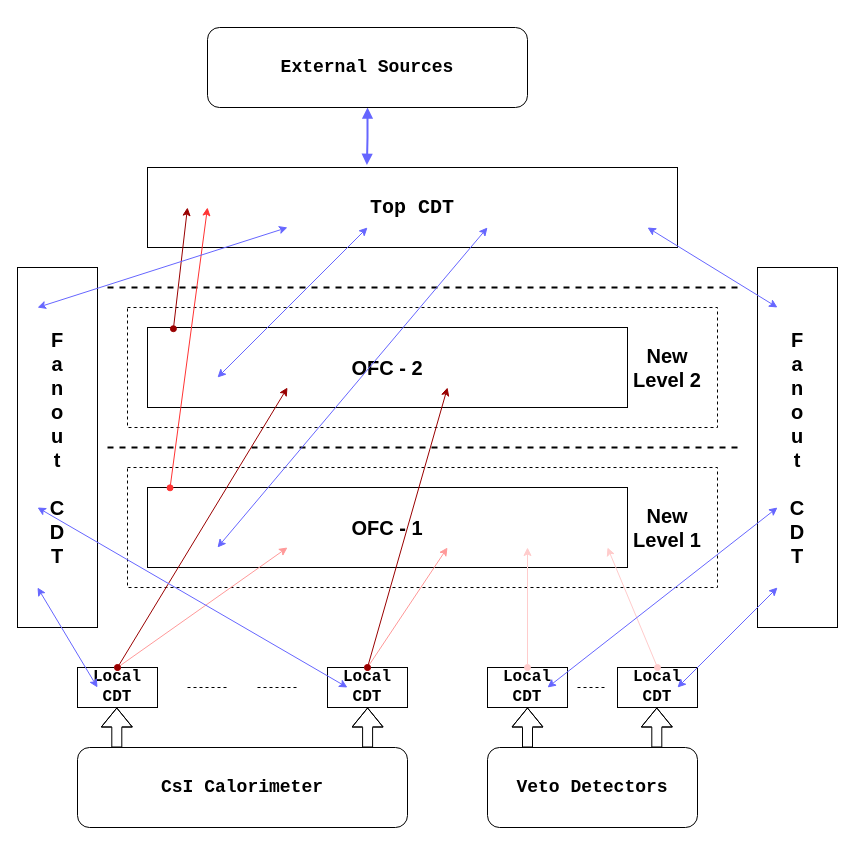
Earlier version of the draw.io diagram DAQ_Trigger_System_View_Diagram.drawio (bai-ytluo/Chicago_Electronics). Source tidied: cells renumbered, new cells numbered last; positions are measured from the earlier drawing's top-left corner, leaving out a move shared by most shapes. Both pictures are drawn from the tidied source at 100%, with x=0, y=0 at pixel (17, 27).
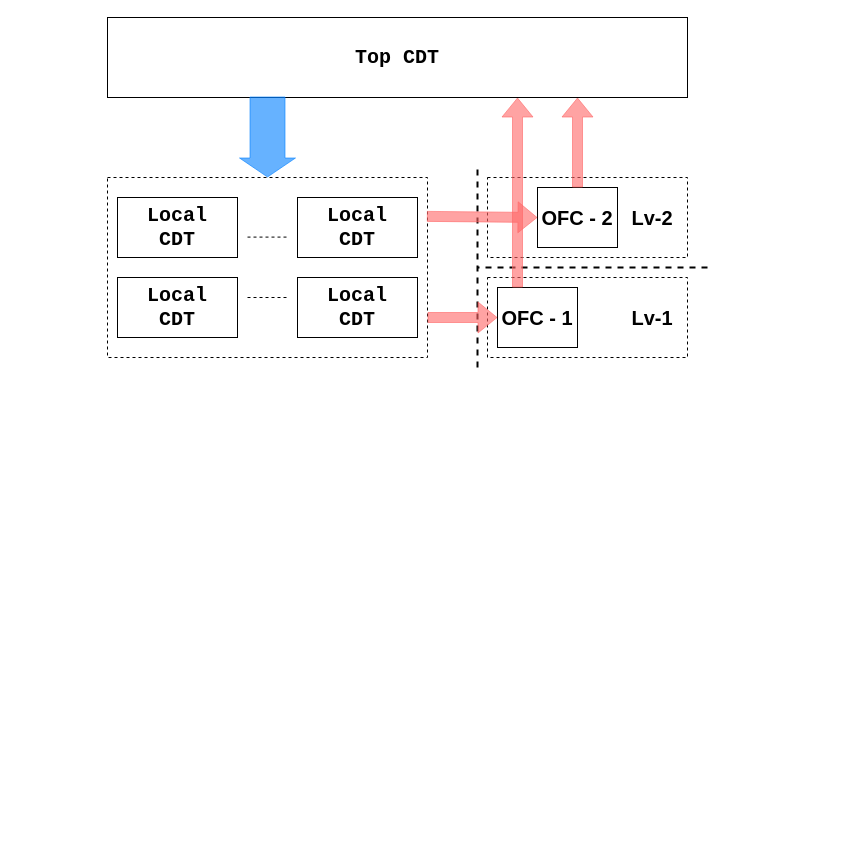
The same diagram, later.

Diff of the diagram source:
```diff
@@
     <mxCell id="2" style="rounded=0;whiteSpace=wrap;html=1;fillColor=none;dashed=1;fontStyle=1;" parent="1" vertex="1">
-      <mxGeometry x="110" y="440" width="590" height="120" as="geometry" />
+      <mxGeometry x="470" y="250" width="200" height="80" as="geometry" />
     </mxCell>
     <mxCell id="3" style="rounded=0;whiteSpace=wrap;html=1;fillColor=none;dashed=1;fontStyle=1;" parent="1" vertex="1">
-      <mxGeometry x="110" y="280" width="590" height="120" as="geometry" />
+      <mxGeometry x="470" y="150" width="200" height="80" as="geometry" />
     </mxCell>
     <mxCell id="4" value="&lt;p style=&quot;font-size: 20px&quot;&gt;OFC - 1&lt;/p&gt;" style="rounded=0;whiteSpace=wrap;html=1;fontStyle=1;" parent="1" vertex="1">
-      <mxGeometry x="130" y="460" width="480" height="80" as="geometry" />
+      <mxGeometry x="480" y="260" width="80" height="60" as="geometry" />
     </mxCell>
     <mxCell id="5" value="&lt;pre style=&quot;font-size: 20px&quot;&gt;Top CDT&lt;/pre&gt;" style="rounded=0;whiteSpace=wrap;html=1;fontStyle=1;" parent="1" vertex="1">
-      <mxGeometry x="130" y="140" width="530" height="80" as="geometry" />
+      <mxGeometry x="90" y="-10" width="580" height="80" as="geometry" />
     </mxCell>
@@
-    <mxCell id="7" value="&lt;pre style=&quot;font-size: 16px&quot;&gt;Local&lt;br&gt;CDT&lt;/pre&gt;" style="rounded=0;whiteSpace=wrap;html=1;fontStyle=1;" parent="1" vertex="1">
-      <mxGeometry x="60" y="640" width="80" height="40" as="geometry" />
+    <mxCell id="7" value="&lt;pre style=&quot;font-size: 20px;&quot;&gt;Local&lt;br style=&quot;font-size: 20px;&quot;&gt;CDT&lt;/pre&gt;" style="rounded=0;whiteSpace=wrap;html=1;fontStyle=1;fontSize=20;" parent="1" vertex="1">
+      <mxGeometry x="100" y="170" width="120" height="60" as="geometry" />
     </mxCell>
-    <mxCell id="8" value="&lt;pre style=&quot;font-size: 16px&quot;&gt;Local&lt;br&gt;CDT&lt;/pre&gt;" style="rounded=0;whiteSpace=wrap;html=1;fontStyle=1;" parent="1" vertex="1">
-      <mxGeometry x="310" y="640" width="80" height="40" as="geometry" />
+    <mxCell id="8" value="&lt;pre style=&quot;font-size: 20px;&quot;&gt;Local&lt;br style=&quot;font-size: 20px;&quot;&gt;CDT&lt;/pre&gt;" style="rounded=0;whiteSpace=wrap;html=1;fontStyle=1;fontSize=20;" parent="1" vertex="1">
+      <mxGeometry x="280" y="170" width="120" height="60" as="geometry" />
     </mxCell>
-    <mxCell id="9" value="&lt;pre style=&quot;font-size: 16px&quot;&gt;Local&lt;br&gt;CDT&lt;/pre&gt;" style="rounded=0;whiteSpace=wrap;html=1;fontStyle=1;" parent="1" vertex="1">
-      <mxGeometry x="470" y="640" width="80" height="40" as="geometry" />
+    <mxCell id="9" value="&lt;pre style=&quot;font-size: 20px;&quot;&gt;Local&lt;br style=&quot;font-size: 20px;&quot;&gt;CDT&lt;/pre&gt;" style="rounded=0;whiteSpace=wrap;html=1;fontStyle=1;fontSize=20;" parent="1" vertex="1">
+      <mxGeometry x="100" y="250" width="120" height="60" as="geometry" />
     </mxCell>
-    <mxCell id="10" value="&lt;pre style=&quot;font-size: 16px&quot;&gt;Local&lt;br&gt;CDT&lt;/pre&gt;" style="rounded=0;whiteSpace=wrap;html=1;fontStyle=1;" parent="1" vertex="1">
-      <mxGeometry x="600" y="640" width="80" height="40" as="geometry" />
+    <mxCell id="10" value="&lt;pre style=&quot;font-size: 20px;&quot;&gt;Local&lt;br style=&quot;font-size: 20px;&quot;&gt;CDT&lt;/pre&gt;" style="rounded=0;whiteSpace=wrap;html=1;fontStyle=1;fontSize=20;" parent="1" vertex="1">
+      <mxGeometry x="280" y="250" width="120" height="60" as="geometry" />
     </mxCell>
-    <mxCell id="11" style="endArrow=none;dashed=1;html=1;fontStyle=1;" parent="1" edge="1">
+    <mxCell id="11" style="endArrow=none;dashed=1;html=1;fontStyle=1;fontSize=20;" parent="1" edge="1">
       <mxGeometry relative="1" as="geometry">
-        <mxPoint x="560" y="660" as="sourcePoint" />
-        <mxPoint x="590" y="660" as="targetPoint" />
+        <mxPoint x="230" y="270" as="sourcePoint" />
+        <mxPoint x="270" y="270" as="targetPoint" />
       </mxGeometry>
     </mxCell>
-    <mxCell id="12" value="&lt;pre style=&quot;font-size: 18px&quot;&gt;&lt;font style=&quot;font-size: 18px&quot;&gt;CsI &lt;/font&gt;Calorimeter&lt;/pre&gt;" style="rounded=1;whiteSpace=wrap;html=1;fontStyle=1;" parent="1" vertex="1">
-      <mxGeometry x="60" y="720" width="330" height="80" as="geometry" />
-    </mxCell>
-    <mxCell id="13" value="&lt;pre style=&quot;font-size: 18px&quot;&gt;&lt;font style=&quot;font-size: 18px&quot;&gt;Veto &lt;/font&gt;Detectors&lt;/pre&gt;" style="rounded=1;whiteSpace=wrap;html=1;fontStyle=1;" parent="1" vertex="1">
-      <mxGeometry x="470" y="720" width="210" height="80" as="geometry" />
-    </mxCell>
     <mxCell id="14" style="endArrow=none;dashed=1;html=1;strokeWidth=2;fontStyle=1;" parent="1" edge="1">
       <mxGeometry relative="1" as="geometry">
-        <mxPoint x="720" y="420" as="sourcePoint" />
-        <mxPoint x="90" y="420" as="targetPoint" />
+        <mxPoint x="690" y="240" as="sourcePoint" />
+        <mxPoint x="460" y="240" as="targetPoint" />
       </mxGeometry>
     </mxCell>
-    <mxCell id="15" style="endArrow=classic;html=1;exitX=0.5;exitY=0;exitDx=0;exitDy=0;startArrow=oval;startFill=1;strokeColor=#FFCCCC;fontStyle=1;" parent="1" edge="1" source="9">
-      <mxGeometry relative="1" as="geometry">
-        <mxPoint x="510" y="520" as="targetPoint" />
-      </mxGeometry>
-    </mxCell>
-    <mxCell id="16" style="endArrow=classic;html=1;exitX=0.5;exitY=0;exitDx=0;exitDy=0;startArrow=oval;startFill=1;strokeColor=#FFCCCC;fontStyle=1;" parent="1" edge="1" source="10">
-      <mxGeometry relative="1" as="geometry">
-        <mxPoint x="590" y="520" as="targetPoint" />
-      </mxGeometry>
-    </mxCell>
-    <mxCell id="17" style="endArrow=classic;html=1;exitX=0.5;exitY=0;exitDx=0;exitDy=0;startArrow=oval;startFill=1;strokeColor=#FF9999;fontStyle=1;" parent="1" edge="1" source="7">
-      <mxGeometry relative="1" as="geometry">
-        <mxPoint x="270" y="520" as="targetPoint" />
-      </mxGeometry>
-    </mxCell>
-    <mxCell id="18" style="endArrow=classic;html=1;exitX=0.5;exitY=0;exitDx=0;exitDy=0;startArrow=oval;startFill=1;strokeColor=#FF9999;fontStyle=1;" parent="1" edge="1" source="8">
-      <mxGeometry relative="1" as="geometry">
-        <mxPoint x="430" y="520" as="targetPoint" />
-      </mxGeometry>
-    </mxCell>
-    <mxCell id="19" value="&lt;font style=&quot;font-size: 20px&quot;&gt;New Level 1&lt;/font&gt;" style="text;html=1;strokeColor=none;fillColor=none;align=center;verticalAlign=middle;whiteSpace=wrap;rounded=0;fontStyle=1;" parent="1" vertex="1">
-      <mxGeometry x="610" y="480" width="80" height="40" as="geometry" />
+    <mxCell id="19" value="&lt;font style=&quot;font-size: 20px&quot;&gt;Lv-1&lt;/font&gt;" style="text;html=1;strokeColor=none;fillColor=none;align=center;verticalAlign=middle;whiteSpace=wrap;rounded=0;fontStyle=1;" parent="1" vertex="1">
+      <mxGeometry x="600" y="270" width="70" height="40" as="geometry" />
     </mxCell>
-    <mxCell id="20" style="endArrow=none;dashed=1;html=1;fontStyle=1;" parent="1" edge="1">
-      <mxGeometry relative="1" as="geometry">
-        <mxPoint x="240" y="660" as="sourcePoint" />
-        <mxPoint x="280" y="660" as="targetPoint" />
-      </mxGeometry>
-    </mxCell>
-    <mxCell id="21" style="endArrow=none;dashed=1;html=1;fontStyle=1;" parent="1" edge="1">
+    <mxCell id="21" style="endArrow=none;dashed=1;html=1;fontStyle=1;fontSize=20;" parent="1" edge="1">
       <mxGeometry relative="1" as="geometry">
-        <mxPoint x="170" y="660" as="sourcePoint" />
-        <mxPoint x="210" y="660" as="targetPoint" />
+        <mxPoint x="230" y="209.6" as="sourcePoint" />
+        <mxPoint x="270" y="209.6" as="targetPoint" />
       </mxGeometry>
     </mxCell>
-    <mxCell id="22" style="edgeStyle=orthogonalEdgeStyle;rounded=0;orthogonalLoop=1;jettySize=auto;html=1;exitX=0.5;exitY=1;exitDx=0;exitDy=0;startArrow=block;startFill=1;endArrow=none;endFill=0;shape=flexArrow;fontStyle=1;" parent="1" edge="1">
-      <mxGeometry relative="1" as="geometry">
-        <mxPoint x="99.3" y="680" as="sourcePoint" />
-        <mxPoint x="99.3" y="720" as="targetPoint" />
-        <Array as="points">
-          <mxPoint x="99.3" y="700" />
-          <mxPoint x="99.3" y="700" />
-        </Array>
-      </mxGeometry>
-    </mxCell>
-    <mxCell id="23" style="edgeStyle=orthogonalEdgeStyle;rounded=0;orthogonalLoop=1;jettySize=auto;html=1;exitX=0.5;exitY=1;exitDx=0;exitDy=0;startArrow=block;startFill=1;endArrow=none;endFill=0;shape=flexArrow;fontStyle=1;" parent="1" edge="1">
-      <mxGeometry relative="1" as="geometry">
-        <mxPoint x="350.1" y="680" as="sourcePoint" />
-        <mxPoint x="350.1" y="720" as="targetPoint" />
-        <Array as="points">
-          <mxPoint x="350.1" y="700" />
-          <mxPoint x="350.1" y="700" />
-        </Array>
-      </mxGeometry>
-    </mxCell>
-    <mxCell id="24" style="edgeStyle=orthogonalEdgeStyle;rounded=0;orthogonalLoop=1;jettySize=auto;html=1;exitX=0.5;exitY=1;exitDx=0;exitDy=0;startArrow=block;startFill=1;endArrow=none;endFill=0;shape=flexArrow;fontStyle=1;" parent="1" edge="1">
-      <mxGeometry relative="1" as="geometry">
-        <mxPoint x="510" y="680" as="sourcePoint" />
-        <mxPoint x="510" y="720" as="targetPoint" />
-        <Array as="points">
-          <mxPoint x="510" y="700" />
-          <mxPoint x="510" y="700" />
-        </Array>
-      </mxGeometry>
-    </mxCell>
-    <mxCell id="25" style="edgeStyle=orthogonalEdgeStyle;rounded=0;orthogonalLoop=1;jettySize=auto;html=1;exitX=0.5;exitY=1;exitDx=0;exitDy=0;startArrow=block;startFill=1;endArrow=none;endFill=0;shape=flexArrow;fontStyle=1;" parent="1" edge="1">
-      <mxGeometry relative="1" as="geometry">
-        <mxPoint x="639.3" y="680" as="sourcePoint" />
-        <mxPoint x="639.3" y="720" as="targetPoint" />
-        <Array as="points">
-          <mxPoint x="639.3" y="700" />
-          <mxPoint x="639.3" y="700" />
-        </Array>
-      </mxGeometry>
-    </mxCell>
     <mxCell id="26" value="&lt;p style=&quot;font-size: 20px&quot;&gt;OFC - 2&lt;/p&gt;" style="rounded=0;whiteSpace=wrap;html=1;fontStyle=1;" parent="1" vertex="1">
-      <mxGeometry x="130" y="300" width="480" height="80" as="geometry" />
+      <mxGeometry x="520" y="160" width="80" height="60" as="geometry" />
     </mxCell>
     <mxCell id="27" style="endArrow=none;dashed=1;html=1;strokeWidth=2;fontStyle=1;" parent="1" edge="1">
       <mxGeometry relative="1" as="geometry">
-        <mxPoint x="720" y="260" as="sourcePoint" />
-        <mxPoint x="90" y="260" as="targetPoint" />
+        <mxPoint x="460" y="340" as="sourcePoint" />
+        <mxPoint x="460" y="140" as="targetPoint" />
       </mxGeometry>
     </mxCell>
-    <mxCell id="28" value="&lt;font style=&quot;font-size: 20px&quot;&gt;New Level 2&lt;/font&gt;" style="text;html=1;strokeColor=none;fillColor=none;align=center;verticalAlign=middle;whiteSpace=wrap;rounded=0;fontStyle=1;" parent="1" vertex="1">
-      <mxGeometry x="610" y="320" width="80" height="40" as="geometry" />
+    <mxCell id="28" value="&lt;font style=&quot;font-size: 20px&quot;&gt;Lv-2&lt;/font&gt;" style="text;html=1;strokeColor=none;fillColor=none;align=center;verticalAlign=middle;whiteSpace=wrap;rounded=0;fontStyle=1;" parent="1" vertex="1">
+      <mxGeometry x="600" y="170" width="70" height="40" as="geometry" />
     </mxCell>
-    <mxCell id="29" style="endArrow=classic;html=1;exitX=0.5;exitY=0;exitDx=0;exitDy=0;startArrow=oval;startFill=1;strokeColor=#990000;fontStyle=1;" parent="1" edge="1" source="8">
-      <mxGeometry relative="1" as="geometry">
-        <mxPoint x="430" y="360" as="targetPoint" />
-      </mxGeometry>
-    </mxCell>
-    <mxCell id="30" style="endArrow=classic;html=1;exitX=0.5;exitY=0;exitDx=0;exitDy=0;startArrow=oval;startFill=1;strokeColor=#990000;fontStyle=1;" parent="1" edge="1" source="7">
-      <mxGeometry relative="1" as="geometry">
-        <mxPoint x="270" y="360" as="targetPoint" />
-      </mxGeometry>
-    </mxCell>
-    <mxCell id="31" value="&lt;font style=&quot;font-size: 20px&quot;&gt;F&lt;br&gt;a&lt;br&gt;n&lt;br&gt;o&lt;br&gt;u&lt;br&gt;t&lt;br&gt;&lt;br&gt;C&lt;br&gt;D&lt;br&gt;T&lt;/font&gt;" style="rounded=0;whiteSpace=wrap;html=1;fontStyle=1;" parent="1" vertex="1">
-      <mxGeometry y="240" width="80" height="360" as="geometry" />
-    </mxCell>
-    <mxCell id="32" value="&lt;font style=&quot;font-size: 20px&quot;&gt;F&lt;br&gt;a&lt;br&gt;n&lt;br&gt;o&lt;br&gt;u&lt;br&gt;t&lt;br&gt;&lt;br&gt;C&lt;br&gt;D&lt;br&gt;T&lt;/font&gt;" style="rounded=0;whiteSpace=wrap;html=1;fontStyle=1;" parent="1" vertex="1">
-      <mxGeometry x="740" y="240" width="80" height="360" as="geometry" />
-    </mxCell>
-    <mxCell id="33" style="endArrow=classic;html=1;startArrow=classic;startFill=1;strokeColor=#6666FF;fontStyle=1;" parent="1" edge="1">
-      <mxGeometry relative="1" as="geometry">
-        <mxPoint x="20" y="560" as="sourcePoint" />
-        <mxPoint x="80" y="660" as="targetPoint" />
-      </mxGeometry>
-    </mxCell>
-    <mxCell id="34" style="endArrow=classic;html=1;startArrow=classic;startFill=1;strokeColor=#6666FF;fontStyle=1;" parent="1" edge="1">
-      <mxGeometry relative="1" as="geometry">
-        <mxPoint x="20" y="480" as="sourcePoint" />
-        <mxPoint x="330" y="660" as="targetPoint" />
-      </mxGeometry>
-    </mxCell>
-    <mxCell id="35" style="endArrow=classic;html=1;startArrow=classic;startFill=1;fontStyle=1;strokeColor=#6666FF;" parent="1" edge="1">
-      <mxGeometry relative="1" as="geometry">
-        <mxPoint x="760" y="480" as="sourcePoint" />
-        <mxPoint x="530" y="660" as="targetPoint" />
-      </mxGeometry>
-    </mxCell>
-    <mxCell id="36" style="endArrow=classic;html=1;startArrow=classic;startFill=1;strokeColor=#6666FF;fontStyle=1;" parent="1" edge="1">
-      <mxGeometry relative="1" as="geometry">
-        <mxPoint x="760" y="560" as="sourcePoint" />
-        <mxPoint x="660" y="660" as="targetPoint" />
-      </mxGeometry>
-    </mxCell>
-    <mxCell id="37" style="endArrow=classic;html=1;exitX=0.054;exitY=0.015;exitDx=0;exitDy=0;exitPerimeter=0;startArrow=oval;startFill=1;strokeColor=#990000;fontStyle=1;" parent="1" edge="1" source="26">
-      <mxGeometry relative="1" as="geometry">
-        <mxPoint x="170" y="180" as="targetPoint" />
-      </mxGeometry>
-    </mxCell>
-    <mxCell id="38" style="endArrow=classic;html=1;exitX=0.047;exitY=0.004;exitDx=0;exitDy=0;exitPerimeter=0;startArrow=oval;startFill=1;strokeColor=#FF3333;fontStyle=1;" parent="1" edge="1" source="4">
-      <mxGeometry relative="1" as="geometry">
-        <mxPoint x="190" y="180" as="targetPoint" />
-      </mxGeometry>
-    </mxCell>
-    <mxCell id="39" style="endArrow=classic;html=1;startArrow=classic;startFill=1;strokeColor=#6666FF;fontStyle=1;" parent="1" edge="1">
-      <mxGeometry relative="1" as="geometry">
-        <mxPoint x="20" y="280" as="sourcePoint" />
-        <mxPoint x="270" y="200" as="targetPoint" />
-      </mxGeometry>
-    </mxCell>
-    <mxCell id="40" style="endArrow=classic;html=1;startArrow=classic;startFill=1;strokeColor=#6666FF;fontStyle=1;" parent="1" edge="1">
-      <mxGeometry relative="1" as="geometry">
-        <mxPoint x="760" y="280" as="sourcePoint" />
-        <mxPoint x="630" y="200" as="targetPoint" />
-      </mxGeometry>
-    </mxCell>
-    <mxCell id="41" style="endArrow=classic;html=1;startArrow=classic;startFill=1;strokeColor=#6666FF;fontStyle=1;" parent="1" edge="1">
-      <mxGeometry relative="1" as="geometry">
-        <mxPoint x="200" y="350" as="sourcePoint" />
-        <mxPoint x="350" y="200" as="targetPoint" />
-      </mxGeometry>
-    </mxCell>
-    <mxCell id="42" style="endArrow=classic;html=1;startArrow=classic;startFill=1;strokeColor=#6666FF;fontStyle=1;" parent="1" edge="1">
-      <mxGeometry relative="1" as="geometry">
-        <mxPoint x="200" y="520" as="sourcePoint" />
-        <mxPoint x="470" y="200" as="targetPoint" />
-      </mxGeometry>
-    </mxCell>
-    <mxCell id="43" style="edgeStyle=orthogonalEdgeStyle;rounded=0;jettySize=auto;html=1;startArrow=block;startFill=1;endArrow=block;strokeWidth=2;entryX=0.414;entryY=-0.032;entryDx=0;entryDy=0;entryPerimeter=0;strokeColor=#6666FF;fontStyle=1;" parent="1" edge="1" source="44" target="5">
-      <mxGeometry relative="1" as="geometry" />
-    </mxCell>
-    <mxCell id="44" value="&lt;pre style=&quot;font-size: 18px&quot;&gt;External Sources&lt;/pre&gt;" style="rounded=1;whiteSpace=wrap;html=1;fontStyle=1;" parent="1" vertex="1">
-      <mxGeometry x="190" width="320" height="80" as="geometry" />
-    </mxCell>
+    <mxCell id="45" style="rounded=0;whiteSpace=wrap;html=1;fillColor=none;dashed=1;fontStyle=1;" parent="1" vertex="1">
+      <mxGeometry x="90" y="150" width="320" height="180" as="geometry" />
+    </mxCell>
+    <mxCell id="46" style="shape=flexArrow;endArrow=classic;html=1;strokeColor=#FF6666;opacity=60;fillColor=#FF6666;entryX=0;entryY=0.5;entryDx=0;entryDy=0;exitX=0.998;exitY=0.216;exitDx=0;exitDy=0;exitPerimeter=0;" parent="1" edge="1" source="45" target="26">
+      <mxGeometry relative="1" as="geometry" />
+    </mxCell>
+    <mxCell id="47" style="shape=flexArrow;endArrow=classic;html=1;strokeColor=#FF6666;opacity=60;fillColor=#FF6666;entryX=0;entryY=0.5;entryDx=0;entryDy=0;" parent="1" edge="1" target="4">
+      <mxGeometry relative="1" as="geometry">
+        <mxPoint x="410" y="290" as="sourcePoint" />
+      </mxGeometry>
+    </mxCell>
+    <mxCell id="48" style="shape=flexArrow;endArrow=classic;html=1;strokeColor=#FF6666;opacity=60;fillColor=#FF6666;exitX=0.5;exitY=0;exitDx=0;exitDy=0;" parent="1" edge="1" source="26">
+      <mxGeometry relative="1" as="geometry">
+        <mxPoint x="560" y="70" as="targetPoint" />
+      </mxGeometry>
+    </mxCell>
+    <mxCell id="49" style="shape=flexArrow;endArrow=classic;html=1;strokeColor=#FF6666;opacity=60;fillColor=#FF6666;exitX=0.5;exitY=0;exitDx=0;exitDy=0;" parent="1" edge="1">
+      <mxGeometry relative="1" as="geometry">
+        <mxPoint x="500" y="260" as="sourcePoint" />
+        <mxPoint x="500" y="70" as="targetPoint" />
+      </mxGeometry>
+    </mxCell>
+    <mxCell id="50" style="shape=flexArrow;endArrow=classic;html=1;opacity=60;strokeColor=#007FFF;fillColor=#007FFF;width=35;" parent="1" edge="1">
+      <mxGeometry relative="1" as="geometry">
+        <mxPoint x="250" y="69" as="sourcePoint" />
+        <mxPoint x="250" y="150" as="targetPoint" />
+      </mxGeometry>
+    </mxCell>
```
